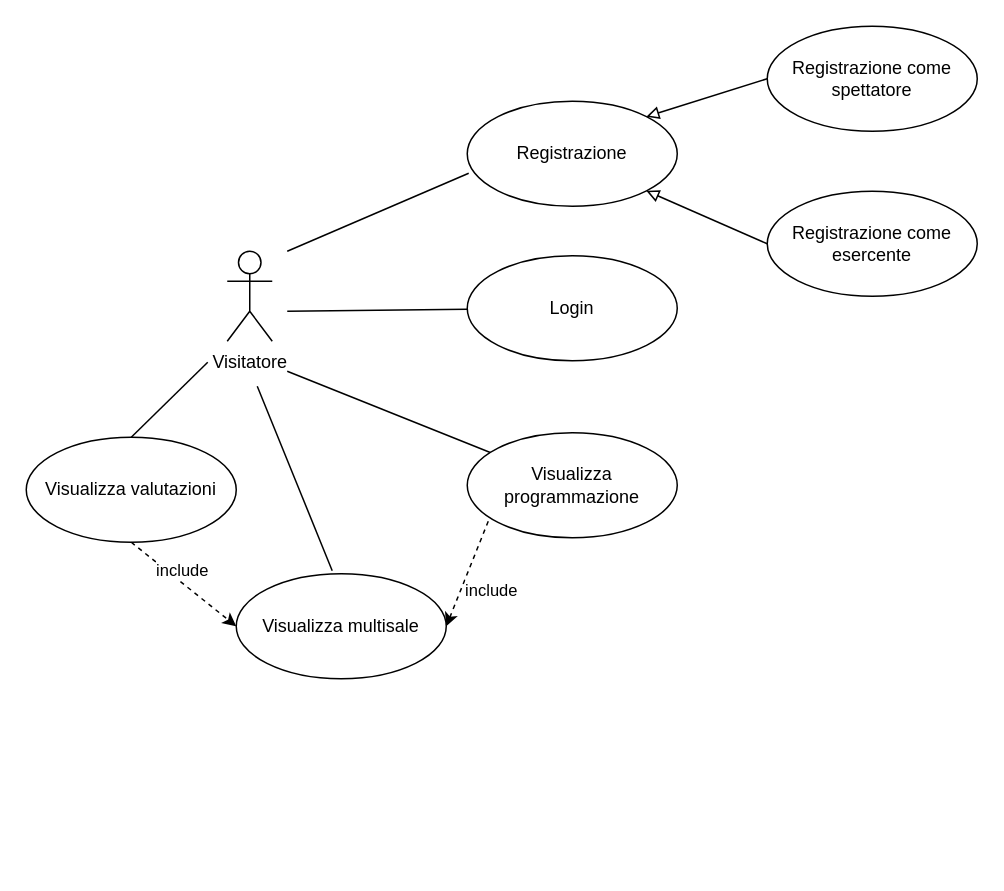
Earlier version of the draw.io diagram page "Casi d'uso Visitatore" (2 of 6) of users.drawio (michelafarruggia/SEBD). Source tidied: cells renumbered, new cells numbered last; positions are measured from the earlier drawing's top-left corner, leaving out a move shared by most shapes. Both pictures are drawn from the tidied source at 150%, with x=0, y=0 at pixel (26, 26).
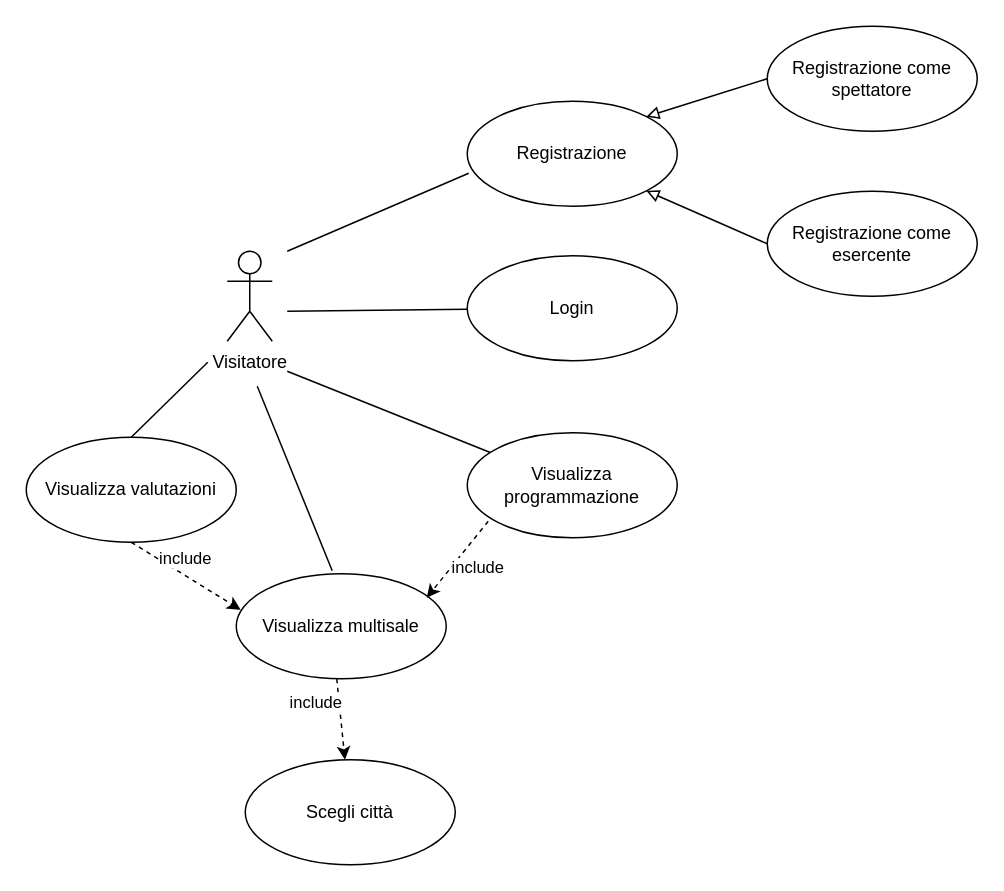
The same diagram, later.

Unchanged cells that the change refers to:
```xml
<mxCell id="5" value="Visualizza programmazione" style="ellipse;whiteSpace=wrap;html=1;" parent="1" vertex="1">
  <mxGeometry x="294" y="271" width="140" height="70" as="geometry" />
</mxCell>
<mxCell id="6" value="Visualizza multisale" style="ellipse;whiteSpace=wrap;html=1;" parent="1" vertex="1">
  <mxGeometry x="140" y="365" width="140" height="70" as="geometry" />
</mxCell>
<mxCell id="17" value="Visualizza valutazioni" style="ellipse;whiteSpace=wrap;html=1;" parent="1" vertex="1">
  <mxGeometry y="274" width="140" height="70" as="geometry" />
</mxCell>
```

Change to the diagram source:
```diff
@@
-    <mxCell id="15" style="endArrow=classic;html=1;rounded=0;exitX=0.1;exitY=0.843;exitDx=0;exitDy=0;exitPerimeter=0;dashed=1;entryX=1;entryY=0.5;entryDx=0;entryDy=0;" parent="1" edge="1" source="5" target="6">
+    <mxCell id="15" style="endArrow=classic;html=1;rounded=0;exitX=0.1;exitY=0.843;exitDx=0;exitDy=0;exitPerimeter=0;dashed=1;entryX=0.907;entryY=0.229;entryDx=0;entryDy=0;entryPerimeter=0;" parent="1" edge="1" source="5" target="6">
       <mxGeometry relative="1" as="geometry" />
     </mxCell>
@@
-    <mxCell id="19" style="endArrow=classic;html=1;rounded=0;exitX=0.5;exitY=1;exitDx=0;exitDy=0;dashed=1;entryX=0;entryY=0.5;entryDx=0;entryDy=0;" parent="1" edge="1" source="17" target="6">
+    <mxCell id="19" style="endArrow=classic;html=1;rounded=0;exitX=0.5;exitY=1;exitDx=0;exitDy=0;dashed=1;entryX=0.021;entryY=0.343;entryDx=0;entryDy=0;entryPerimeter=0;" parent="1" edge="1" source="17" target="6">
       <mxGeometry relative="1" as="geometry" />
     </mxCell>
@@
+    <mxCell id="21" value="Scegli città" style="ellipse;whiteSpace=wrap;html=1;" parent="1" vertex="1">
+      <mxGeometry x="146" y="489" width="140" height="70" as="geometry" />
+    </mxCell>
+    <mxCell id="22" style="endArrow=classic;html=1;rounded=0;exitX=0.5;exitY=1;exitDx=0;exitDy=0;dashed=1;" parent="1" edge="1" target="21">
+      <mxGeometry relative="1" as="geometry">
+        <mxPoint x="207" y="435" as="sourcePoint" />
+      </mxGeometry>
+    </mxCell>
+    <mxCell id="23" value="include" style="edgeLabel;html=1;align=center;verticalAlign=middle;" parent="22" vertex="1">
+      <mxGeometry x="0.48" y="-2" relative="1" as="geometry">
+        <mxPoint x="-17" y="-24" as="offset" />
+      </mxGeometry>
+    </mxCell>
```
